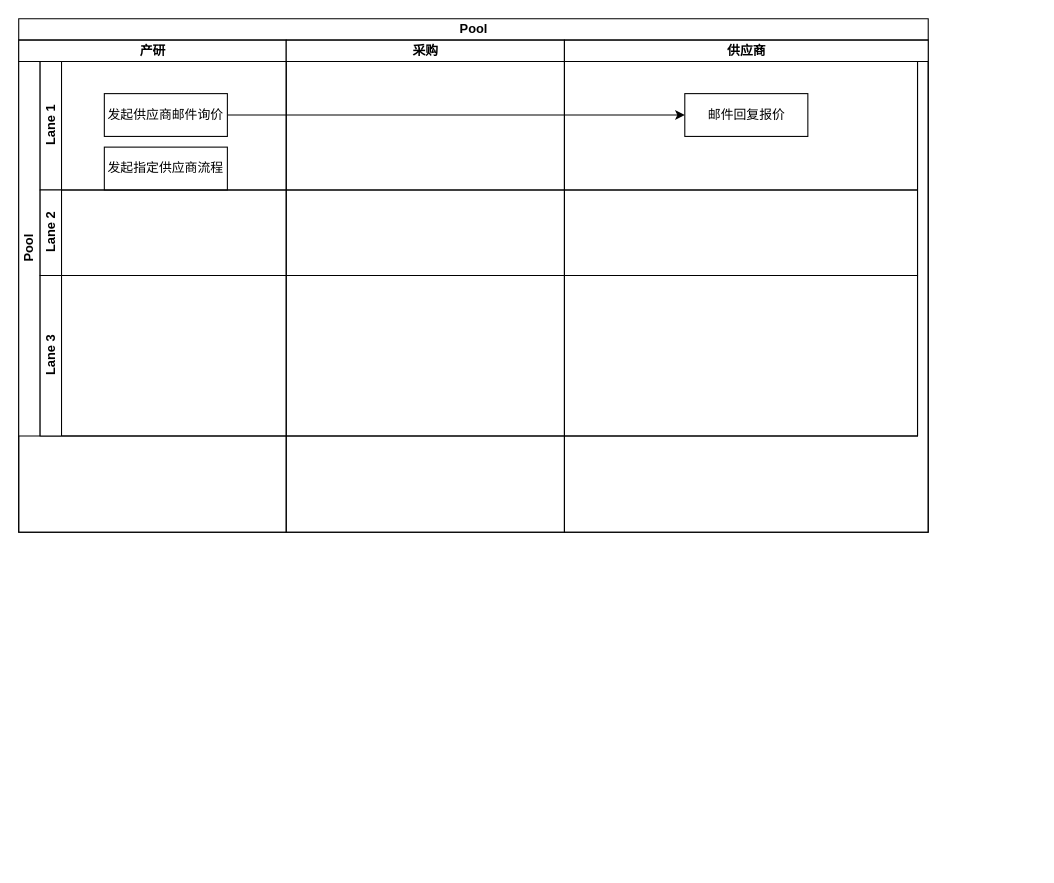
This is baidu_caigou.drawio from jordan808080/draw_files, a draw.io file, before an edit. Source tidied: cells renumbered, new cells numbered last; positions are measured from the earlier drawing's top-left corner, leaving out a move shared by most shapes. Both pictures are drawn from the tidied source at 107%, with x=0, y=0 at pixel (18, 18).
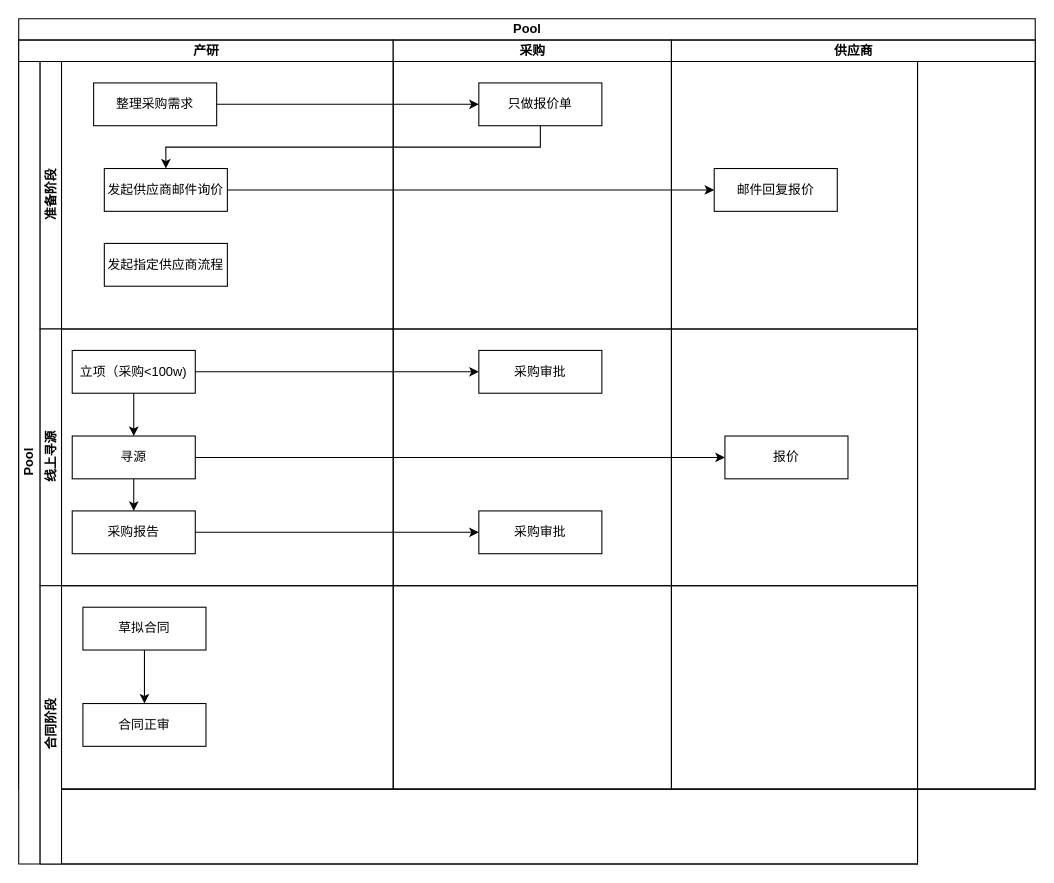
The same page after the edit.

What changed in the source:
```diff
@@
     <mxCell id="2" value="Pool" style="swimlane;startSize=20;html=1;" parent="1" vertex="1">
-      <mxGeometry width="850" height="480" as="geometry" />
+      <mxGeometry width="950" height="720" as="geometry" />
     </mxCell>
     <mxCell id="3" value="产研" style="swimlane;startSize=20;html=1;" parent="2" vertex="1">
-      <mxGeometry y="20" width="250" height="460" as="geometry" />
+      <mxGeometry y="20" width="350" height="700" as="geometry" />
     </mxCell>
     <mxCell id="4" value="采购" style="swimlane;startSize=20;html=1;" parent="2" vertex="1">
-      <mxGeometry x="250" y="20" width="260" height="460" as="geometry" />
+      <mxGeometry x="350" y="20" width="260" height="700" as="geometry" />
     </mxCell>
     <mxCell id="5" value="供应商" style="swimlane;startSize=20;html=1;" parent="2" vertex="1">
-      <mxGeometry x="510" y="20" width="340" height="460" as="geometry" />
+      <mxGeometry x="610" y="20" width="340" height="700" as="geometry" />
     </mxCell>
     <mxCell id="6" value="Pool" style="swimlane;horizontal=0;startSize=20;html=1;" parent="1" vertex="1">
-      <mxGeometry y="40" width="840" height="350" as="geometry" />
+      <mxGeometry y="40" width="840" height="750" as="geometry" />
     </mxCell>
-    <mxCell id="7" value="Lane 1" style="swimlane;startSize=20;horizontal=0;html=1;" parent="6" vertex="1">
-      <mxGeometry x="20" width="820" height="120" as="geometry" />
+    <mxCell id="7" value="准备阶段" style="swimlane;startSize=20;horizontal=0;html=1;" parent="6" vertex="1">
+      <mxGeometry x="20" width="820" height="250" as="geometry" />
     </mxCell>
@@
     <mxCell id="9" value="发起供应商邮件询价" style="rounded=0;whiteSpace=wrap;html=1;" parent="7" vertex="1">
-      <mxGeometry x="60" y="30" width="115" height="40" as="geometry" />
+      <mxGeometry x="60" y="100" width="115" height="40" as="geometry" />
     </mxCell>
     <mxCell id="10" value="邮件回复报价" style="rounded=0;whiteSpace=wrap;html=1;" parent="7" vertex="1">
-      <mxGeometry x="602.5" y="30" width="115" height="40" as="geometry" />
+      <mxGeometry x="630" y="100" width="115" height="40" as="geometry" />
     </mxCell>
     <mxCell id="11" value="发起指定供应商流程" style="rounded=0;whiteSpace=wrap;html=1;" parent="7" vertex="1">
-      <mxGeometry x="60" y="80" width="115" height="40" as="geometry" />
+      <mxGeometry x="60" y="170" width="115" height="40" as="geometry" />
     </mxCell>
+    <mxCell id="14" style="edgeStyle=orthogonalEdgeStyle;rounded=0;jettySize=auto;html=1;entryX=0;entryY=0.5;entryDx=0;entryDy=0;" parent="7" edge="1" source="15" target="17">
+      <mxGeometry relative="1" as="geometry" />
+    </mxCell>
+    <mxCell id="15" value="整理采购需求" style="rounded=0;whiteSpace=wrap;html=1;" parent="7" vertex="1">
+      <mxGeometry x="50" y="20" width="115" height="40" as="geometry" />
+    </mxCell>
+    <mxCell id="16" style="edgeStyle=orthogonalEdgeStyle;rounded=0;jettySize=auto;html=1;entryX=0.5;entryY=0;entryDx=0;entryDy=0;" parent="7" edge="1" source="17" target="9">
+      <mxGeometry relative="1" as="geometry">
+        <Array as="points">
+          <mxPoint x="468" y="80" />
+          <mxPoint x="118" y="80" />
+        </Array>
+      </mxGeometry>
+    </mxCell>
+    <mxCell id="17" value="只做报价单" style="rounded=0;whiteSpace=wrap;html=1;" parent="7" vertex="1">
+      <mxGeometry x="410" y="20" width="115" height="40" as="geometry" />
+    </mxCell>
-    <mxCell id="12" value="Lane 2" style="swimlane;startSize=20;horizontal=0;html=1;" parent="6" vertex="1">
-      <mxGeometry x="20" y="120" width="820" height="80" as="geometry" />
+    <mxCell id="12" value="线上寻源" style="swimlane;startSize=20;horizontal=0;html=1;direction=east;" parent="6" vertex="1">
+      <mxGeometry x="20" y="250" width="820" height="240" as="geometry" />
     </mxCell>
+    <mxCell id="18" style="edgeStyle=orthogonalEdgeStyle;rounded=0;jettySize=auto;html=1;" parent="12" edge="1" source="20" target="23">
+      <mxGeometry relative="1" as="geometry" />
+    </mxCell>
+    <mxCell id="19" style="edgeStyle=orthogonalEdgeStyle;rounded=0;jettySize=auto;html=1;" parent="12" edge="1" source="20" target="27">
+      <mxGeometry relative="1" as="geometry" />
+    </mxCell>
+    <mxCell id="20" value="立项（采购&amp;lt;100w)" style="rounded=0;whiteSpace=wrap;html=1;" parent="12" vertex="1">
+      <mxGeometry x="30" y="20" width="115" height="40" as="geometry" />
+    </mxCell>
+    <mxCell id="21" style="edgeStyle=orthogonalEdgeStyle;rounded=0;jettySize=auto;html=1;" parent="12" edge="1" source="23" target="26">
+      <mxGeometry relative="1" as="geometry" />
+    </mxCell>
+    <mxCell id="22" style="edgeStyle=orthogonalEdgeStyle;rounded=0;jettySize=auto;html=1;entryX=0.5;entryY=0;entryDx=0;entryDy=0;" parent="12" edge="1" source="23" target="25">
+      <mxGeometry relative="1" as="geometry" />
+    </mxCell>
+    <mxCell id="23" value="寻源" style="rounded=0;whiteSpace=wrap;html=1;" parent="12" vertex="1">
+      <mxGeometry x="30" y="100" width="115" height="40" as="geometry" />
+    </mxCell>
+    <mxCell id="24" style="edgeStyle=orthogonalEdgeStyle;rounded=0;jettySize=auto;html=1;" parent="12" edge="1" source="25" target="28">
+      <mxGeometry relative="1" as="geometry" />
+    </mxCell>
+    <mxCell id="25" value="采购报告" style="rounded=0;whiteSpace=wrap;html=1;" parent="12" vertex="1">
+      <mxGeometry x="30" y="170" width="115" height="40" as="geometry" />
+    </mxCell>
+    <mxCell id="26" value="报价" style="rounded=0;whiteSpace=wrap;html=1;" parent="12" vertex="1">
+      <mxGeometry x="640" y="100" width="115" height="40" as="geometry" />
+    </mxCell>
+    <mxCell id="27" value="采购审批" style="rounded=0;whiteSpace=wrap;html=1;" parent="12" vertex="1">
+      <mxGeometry x="410" y="20" width="115" height="40" as="geometry" />
+    </mxCell>
+    <mxCell id="28" value="采购审批" style="rounded=0;whiteSpace=wrap;html=1;" parent="12" vertex="1">
+      <mxGeometry x="410" y="170" width="115" height="40" as="geometry" />
+    </mxCell>
-    <mxCell id="13" value="Lane 3" style="swimlane;startSize=20;horizontal=0;html=1;" parent="6" vertex="1">
-      <mxGeometry x="20" y="200" width="820" height="150" as="geometry" />
+    <mxCell id="13" value="合同阶段" style="swimlane;startSize=20;horizontal=0;html=1;" parent="6" vertex="1">
+      <mxGeometry x="20" y="490" width="820" height="260" as="geometry" />
     </mxCell>
+    <mxCell id="29" style="edgeStyle=orthogonalEdgeStyle;rounded=0;jettySize=auto;html=1;" parent="13" edge="1" source="30" target="31">
+      <mxGeometry relative="1" as="geometry" />
+    </mxCell>
+    <mxCell id="30" value="草拟合同" style="rounded=0;whiteSpace=wrap;html=1;" parent="13" vertex="1">
+      <mxGeometry x="40" y="20" width="115" height="40" as="geometry" />
+    </mxCell>
+    <mxCell id="31" value="合同正审" style="rounded=0;whiteSpace=wrap;html=1;" parent="13" vertex="1">
+      <mxGeometry x="40" y="110" width="115" height="40" as="geometry" />
+    </mxCell>
```
